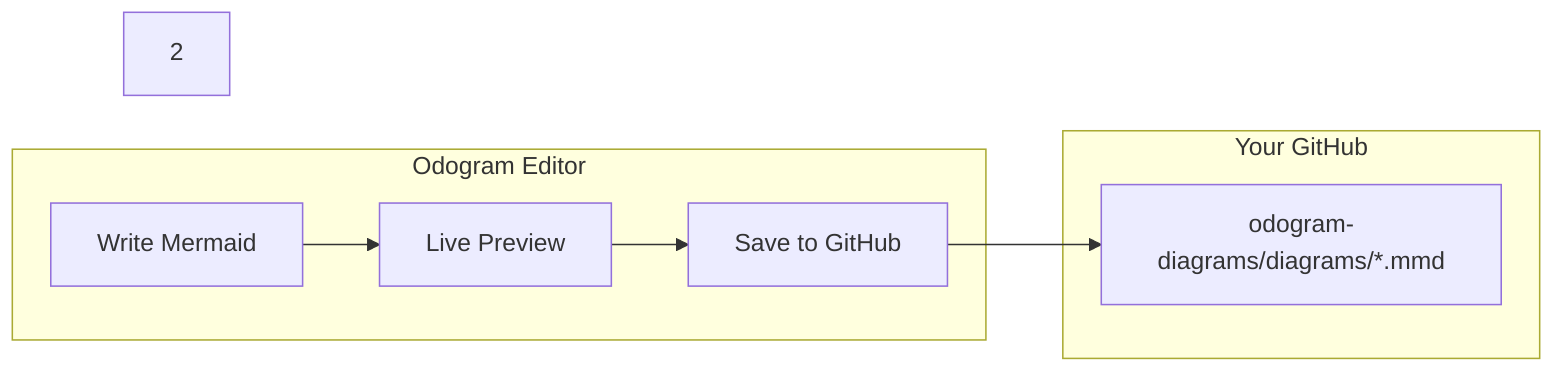
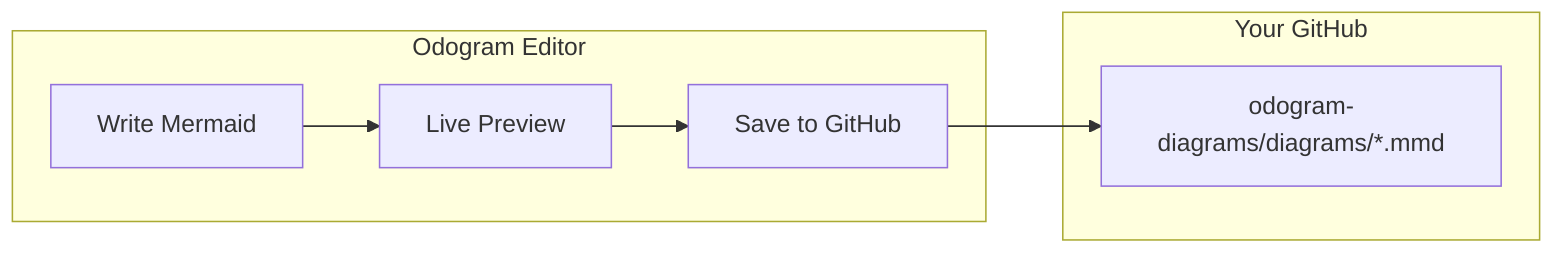
flowchart LR
  subgraph editor [Odogram Editor]
    A[Write Mermaid] --> B[Live Preview]
    B --> C[Save to GitHub]
  end

  subgraph github [Your GitHub]
    D[odogram-diagrams/diagrams/*.mmd]
  end

  C --> D
- 2